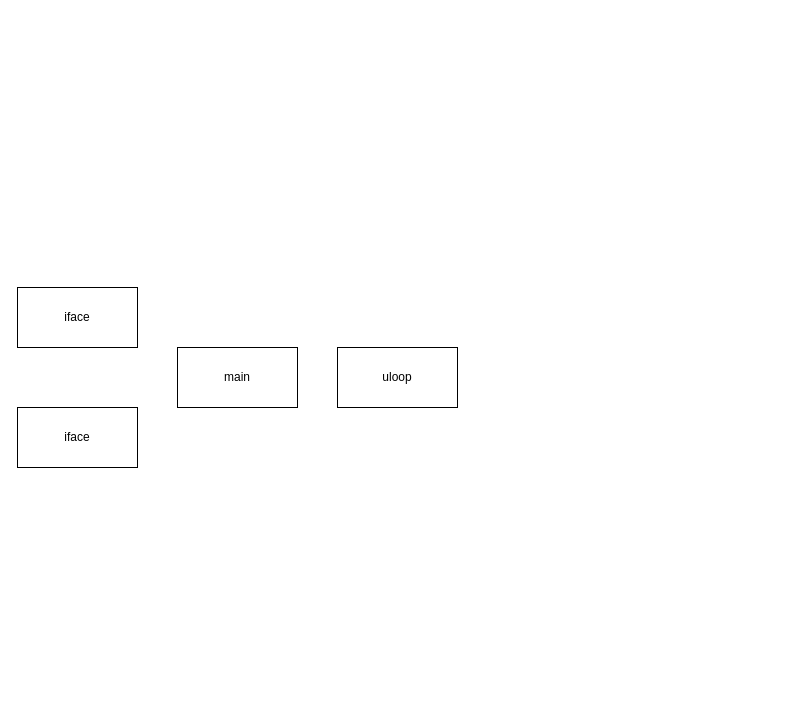
Before: hostap_arch.drawio in DanilBorchevkin/repo_drawio, a draw.io diagram. Source tidied: cells renumbered, new cells numbered last; positions are measured from the earlier drawing's top-left corner, leaving out a move shared by most shapes. Both pictures are drawn from the tidied source at 100%, with x=0, y=0 at pixel (17, 287).
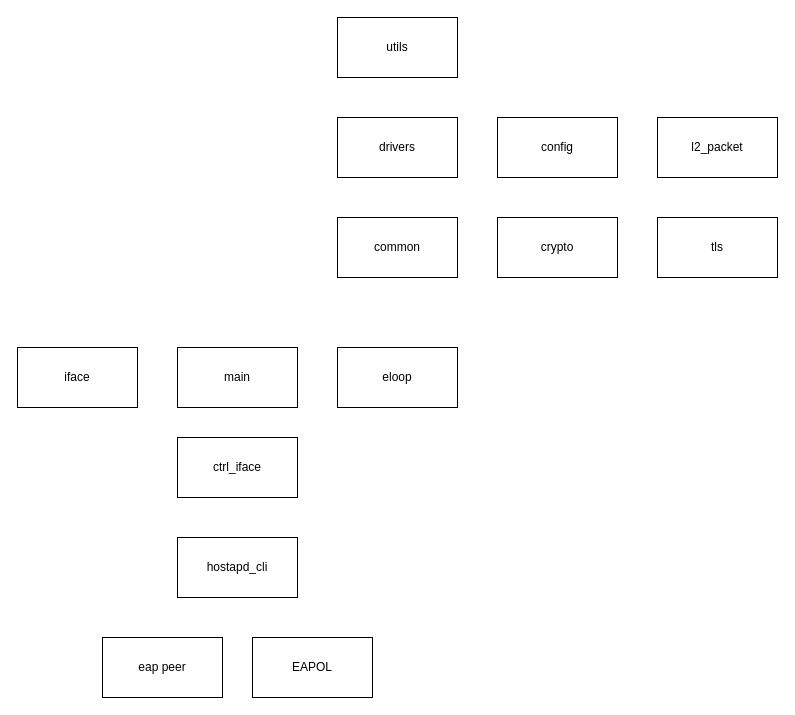
Above is the later version.

The edit, as a diff of the source:
```diff
@@
 <mxGraphModel>
   <root>
     <mxCell id="0" />
     <mxCell id="1" parent="0" />
     <mxCell id="2" value="main" style="rounded=0;whiteSpace=wrap;html=1;" parent="1" vertex="1">
       <mxGeometry x="160" y="60" width="120" height="60" as="geometry" />
     </mxCell>
-    <mxCell id="3" value="iface" style="rounded=0;whiteSpace=wrap;html=1;" parent="1" vertex="1">
-      <mxGeometry width="120" height="60" as="geometry" />
-    </mxCell>
     <mxCell id="4" value="iface" style="rounded=0;whiteSpace=wrap;html=1;" parent="1" vertex="1">
-      <mxGeometry y="120" width="120" height="60" as="geometry" />
+      <mxGeometry y="60" width="120" height="60" as="geometry" />
     </mxCell>
-    <mxCell id="5" value="uloop" style="rounded=0;whiteSpace=wrap;html=1;" parent="1" vertex="1">
+    <mxCell id="5" value="eloop" style="rounded=0;whiteSpace=wrap;html=1;" parent="1" vertex="1">
       <mxGeometry x="320" y="60" width="120" height="60" as="geometry" />
     </mxCell>
+    <mxCell id="6" value="drivers" style="rounded=0;whiteSpace=wrap;html=1;" parent="1" vertex="1">
+      <mxGeometry x="320" y="-170" width="120" height="60" as="geometry" />
+    </mxCell>
+    <mxCell id="7" value="hostapd_cli" style="rounded=0;whiteSpace=wrap;html=1;" parent="1" vertex="1">
+      <mxGeometry x="160" y="250" width="120" height="60" as="geometry" />
+    </mxCell>
+    <mxCell id="8" value="l2_packet" style="rounded=0;whiteSpace=wrap;html=1;" parent="1" vertex="1">
+      <mxGeometry x="640" y="-170" width="120" height="60" as="geometry" />
+    </mxCell>
+    <mxCell id="9" value="crypto" style="rounded=0;whiteSpace=wrap;html=1;" parent="1" vertex="1">
+      <mxGeometry x="480" y="-70" width="120" height="60" as="geometry" />
+    </mxCell>
+    <mxCell id="10" value="common" style="rounded=0;whiteSpace=wrap;html=1;" parent="1" vertex="1">
+      <mxGeometry x="320" y="-70" width="120" height="60" as="geometry" />
+    </mxCell>
+    <mxCell id="11" value="tls" style="rounded=0;whiteSpace=wrap;html=1;" parent="1" vertex="1">
+      <mxGeometry x="640" y="-70" width="120" height="60" as="geometry" />
+    </mxCell>
+    <mxCell id="12" value="config" style="rounded=0;whiteSpace=wrap;html=1;" parent="1" vertex="1">
+      <mxGeometry x="480" y="-170" width="120" height="60" as="geometry" />
+    </mxCell>
+    <mxCell id="13" value="ctrl_iface" style="rounded=0;whiteSpace=wrap;html=1;" parent="1" vertex="1">
+      <mxGeometry x="160" y="150" width="120" height="60" as="geometry" />
+    </mxCell>
+    <mxCell id="14" value="eap peer" style="rounded=0;whiteSpace=wrap;html=1;" parent="1" vertex="1">
+      <mxGeometry x="85" y="350" width="120" height="60" as="geometry" />
+    </mxCell>
+    <mxCell id="15" value="EAPOL" style="rounded=0;whiteSpace=wrap;html=1;" parent="1" vertex="1">
+      <mxGeometry x="235" y="350" width="120" height="60" as="geometry" />
+    </mxCell>
+    <mxCell id="16" value="utils" style="rounded=0;whiteSpace=wrap;html=1;" parent="1" vertex="1">
+      <mxGeometry x="320" y="-270" width="120" height="60" as="geometry" />
+    </mxCell>
   </root>
 </mxGraphModel>
```
